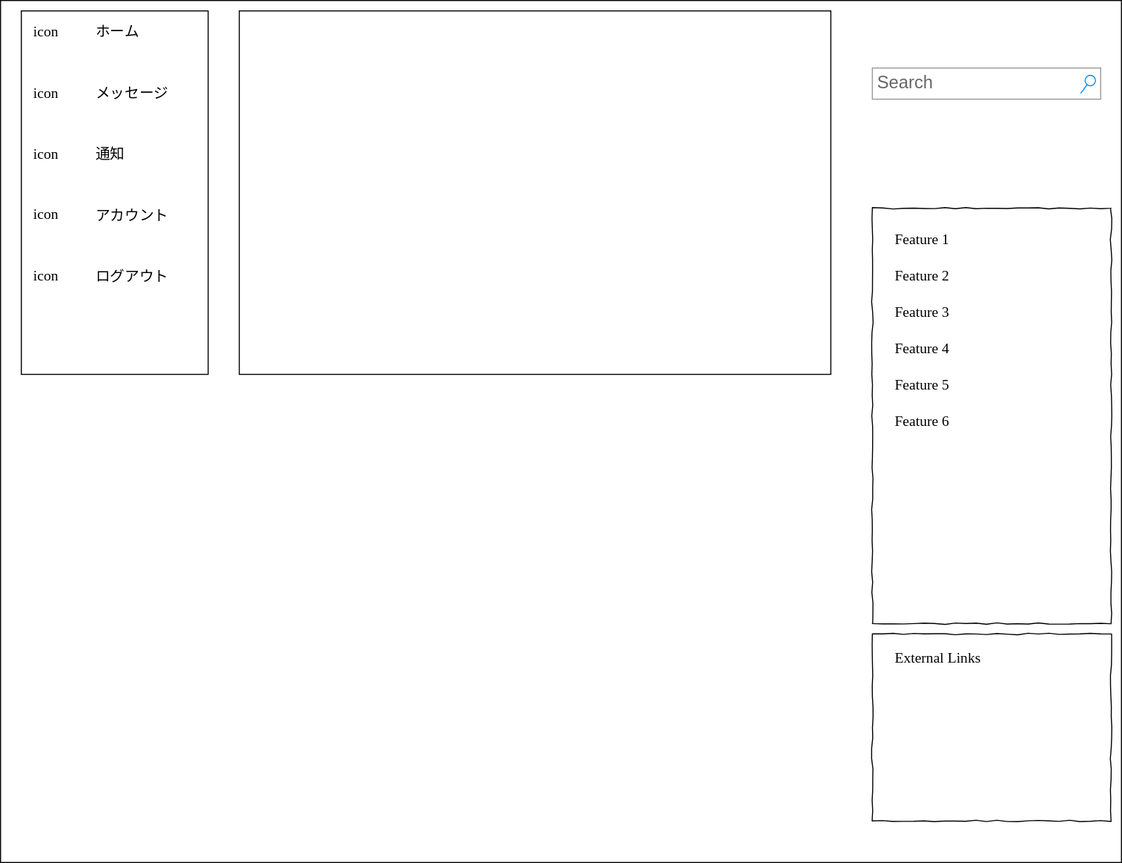
Above: next-semantic-ui-chat.svg in awsome-cats/next-semantic-ui-chatApp-design (draw.io), before the change. Source tidied: cells renumbered, new cells last; positions are measured from the earlier drawing's top-left corner, leaving out a move shared by most shapes.
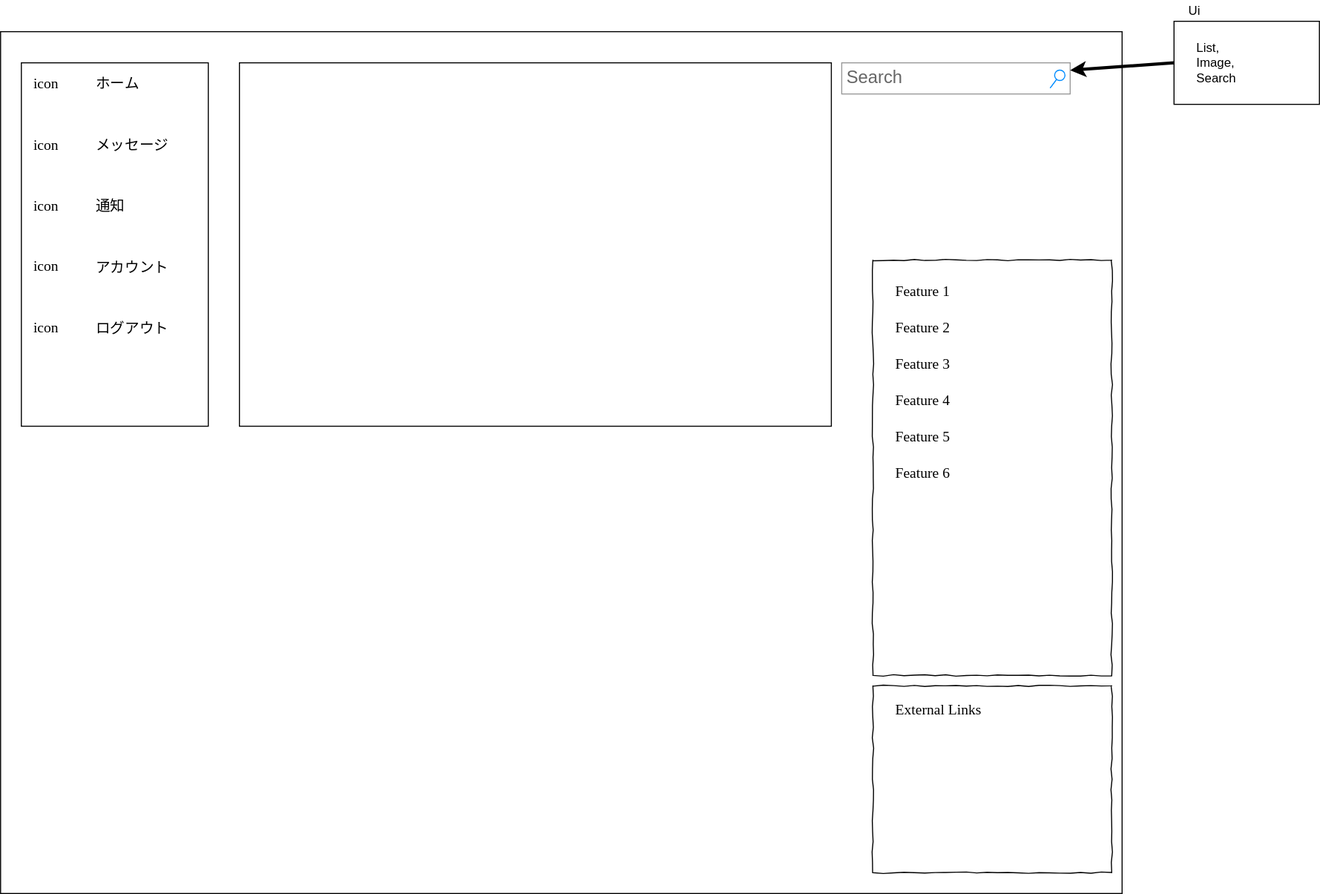
After the commit.

Commit message:
next-semantic-ui-chat.svg を更新します

The edit, as a diff of the source:
```diff
@@ -3,10 +3,10 @@
     <mxCell id="0" />
     <mxCell id="1" parent="0" />
     <mxCell id="2" style="rounded=0;whiteSpace=wrap;html=1;" parent="1" vertex="1">
-      <mxGeometry width="1080" height="830" as="geometry" />
+      <mxGeometry y="-20" width="1080" height="830" as="geometry" />
     </mxCell>
     <mxCell id="3" value="Search" style="strokeWidth=1;shadow=0;dashed=0;align=center;html=1;shape=mxgraph.mockup.forms.searchBox;strokeColor=#999999;mainText=;strokeColor2=#008cff;fontColor=#666666;fontSize=17;align=left;spacingLeft=3;rounded=0;labelBackgroundColor=none;comic=1;" parent="1" vertex="1">
-      <mxGeometry x="840" y="65" width="220" height="30" as="geometry" />
+      <mxGeometry x="810" y="10" width="220" height="30" as="geometry" />
     </mxCell>
     <mxCell id="4" style="whiteSpace=wrap;html=1;rounded=0;shadow=0;labelBackgroundColor=none;strokeWidth=1;fillColor=none;fontFamily=Verdana;fontSize=12;align=center;comic=1;" parent="1" vertex="1">
       <mxGeometry x="840" y="200" width="230" height="400" as="geometry" />
@@ -92,5 +92,19 @@
     <mxCell id="31" style="rounded=0;whiteSpace=wrap;html=1;" parent="1" vertex="1">
       <mxGeometry x="230" y="10" width="570" height="350" as="geometry" />
     </mxCell>
+    <mxCell id="32" style="rounded=0;whiteSpace=wrap;html=1;" parent="1" vertex="1">
+      <mxGeometry x="1130" y="-30" width="140" height="80" as="geometry" />
+    </mxCell>
+    <mxCell id="33" style="endArrow=classic;html=1;strokeWidth=3;" parent="1" edge="1" target="3">
+      <mxGeometry relative="1" as="geometry">
+        <mxPoint x="1130" y="10" as="sourcePoint" />
+      </mxGeometry>
+    </mxCell>
+    <mxCell id="34" value="Ui&lt;br&gt;" style="text;html=1;strokeColor=none;fillColor=none;align=center;verticalAlign=middle;whiteSpace=wrap;rounded=0;" parent="1" vertex="1">
+      <mxGeometry x="1130" y="-50" width="40" height="20" as="geometry" />
+    </mxCell>
+    <mxCell id="35" value="List,&lt;br&gt;Image,&lt;br&gt;Search&lt;br&gt;" style="text;html=1;strokeColor=none;fillColor=none;align=left;verticalAlign=middle;whiteSpace=wrap;rounded=0;" parent="1" vertex="1">
+      <mxGeometry x="1150" y="-35" width="40" height="90" as="geometry" />
+    </mxCell>
   </root>
 </mxGraphModel>
```
